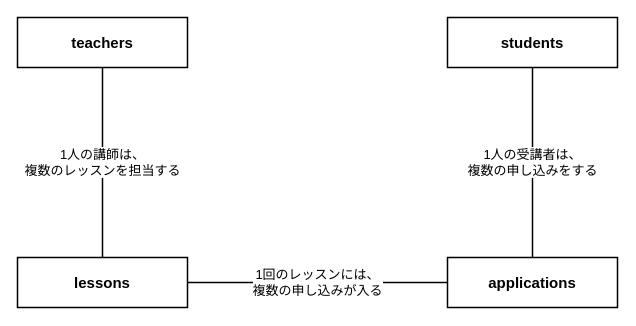
The draw.io diagram image/diagram-src/13-5-2_1.drawio in coachtech-material/pj-ct-newtext, before the edit. Source tidied: cells renumbered, new cells numbered last; positions are measured from the earlier drawing's top-left corner, leaving out a move shared by most shapes. Both pictures are drawn from the tidied source at 100%, with x=0, y=0 at pixel (17, 17).
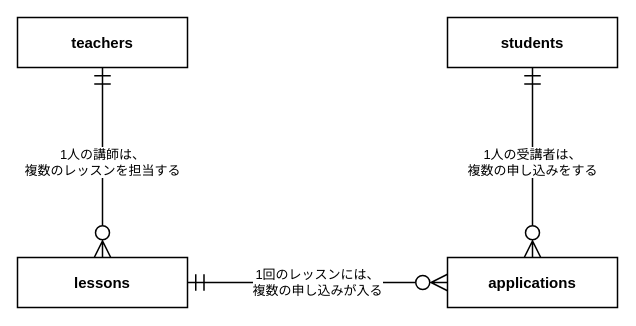
The same diagram, later.

Commit message (it also covers changes not shown here):
作図: ER図の多重度をMermaidと同じ記号で描くようにした

Diff of the diagram source:
```diff
@@
 <mxGraphModel>
   <root>
     <mxCell id="0" />
     <mxCell id="1" parent="0" />
     <mxCell id="2" value="teachers" style="rounded=0;whiteSpace=wrap;html=1;fontSize=15;fontStyle=1;strokeWidth=1.5;" parent="1" vertex="1">
       <mxGeometry width="170" height="50" as="geometry" />
     </mxCell>
     <mxCell id="3" value="students" style="rounded=0;whiteSpace=wrap;html=1;fontSize=15;fontStyle=1;strokeWidth=1.5;" parent="1" vertex="1">
       <mxGeometry x="430" width="170" height="50" as="geometry" />
     </mxCell>
     <mxCell id="4" value="lessons" style="rounded=0;whiteSpace=wrap;html=1;fontSize=15;fontStyle=1;strokeWidth=1.5;" parent="1" vertex="1">
       <mxGeometry y="240" width="170" height="50" as="geometry" />
     </mxCell>
     <mxCell id="5" value="applications" style="rounded=0;whiteSpace=wrap;html=1;fontSize=15;fontStyle=1;strokeWidth=1.5;" parent="1" vertex="1">
       <mxGeometry x="430" y="240" width="170" height="50" as="geometry" />
     </mxCell>
-    <mxCell id="6" value="1人の講師は、&#10;複数のレッスンを担当する" style="endArrow=none;html=1;rounded=0;strokeWidth=1.5;fontSize=13;verticalAlign=middle;labelBackgroundColor=#FFFFFF;exitX=0.5;exitY=1;exitDx=0;exitDy=0;entryX=0.5;entryY=0;entryDx=0;entryDy=0;" parent="1" edge="1" source="2" target="4">
+    <mxCell id="6" value="1人の講師は、&#10;複数のレッスンを担当する" style="html=1;rounded=0;strokeWidth=1.5;fontSize=13;verticalAlign=middle;labelBackgroundColor=#FFFFFF;startArrow=ERmandOne;startFill=0;startSize=14;endArrow=ERzeroToMany;endFill=0;endSize=14;exitX=0.5;exitY=1;exitDx=0;exitDy=0;entryX=0.5;entryY=0;entryDx=0;entryDy=0;" parent="1" edge="1" source="2" target="4">
       <mxGeometry relative="1" as="geometry" />
     </mxCell>
-    <mxCell id="7" value="1人の受講者は、&#10;複数の申し込みをする" style="endArrow=none;html=1;rounded=0;strokeWidth=1.5;fontSize=13;verticalAlign=middle;labelBackgroundColor=#FFFFFF;exitX=0.5;exitY=1;exitDx=0;exitDy=0;entryX=0.5;entryY=0;entryDx=0;entryDy=0;" parent="1" edge="1" source="3" target="5">
+    <mxCell id="7" value="1人の受講者は、&#10;複数の申し込みをする" style="html=1;rounded=0;strokeWidth=1.5;fontSize=13;verticalAlign=middle;labelBackgroundColor=#FFFFFF;startArrow=ERmandOne;startFill=0;startSize=14;endArrow=ERzeroToMany;endFill=0;endSize=14;exitX=0.5;exitY=1;exitDx=0;exitDy=0;entryX=0.5;entryY=0;entryDx=0;entryDy=0;" parent="1" edge="1" source="3" target="5">
       <mxGeometry relative="1" as="geometry" />
     </mxCell>
-    <mxCell id="8" value="1回のレッスンには、&#10;複数の申し込みが入る" style="endArrow=none;html=1;rounded=0;strokeWidth=1.5;fontSize=13;verticalAlign=middle;labelBackgroundColor=#FFFFFF;exitX=1;exitY=0.5;exitDx=0;exitDy=0;entryX=0;entryY=0.5;entryDx=0;entryDy=0;" parent="1" edge="1" source="4" target="5">
+    <mxCell id="8" value="1回のレッスンには、&#10;複数の申し込みが入る" style="html=1;rounded=0;strokeWidth=1.5;fontSize=13;verticalAlign=middle;labelBackgroundColor=#FFFFFF;startArrow=ERmandOne;startFill=0;startSize=14;endArrow=ERzeroToMany;endFill=0;endSize=14;exitX=1;exitY=0.5;exitDx=0;exitDy=0;entryX=0;entryY=0.5;entryDx=0;entryDy=0;" parent="1" edge="1" source="4" target="5">
       <mxGeometry relative="1" as="geometry" />
     </mxCell>
   </root>
 </mxGraphModel>
```
